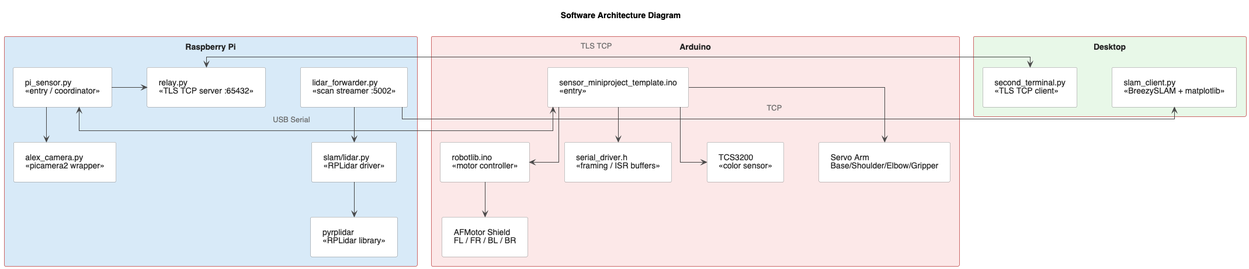
Earlier version of the PlantUML export code1/diagrams/Software_Architecture_Diagram.png (vanillashake17/epp2-updated).
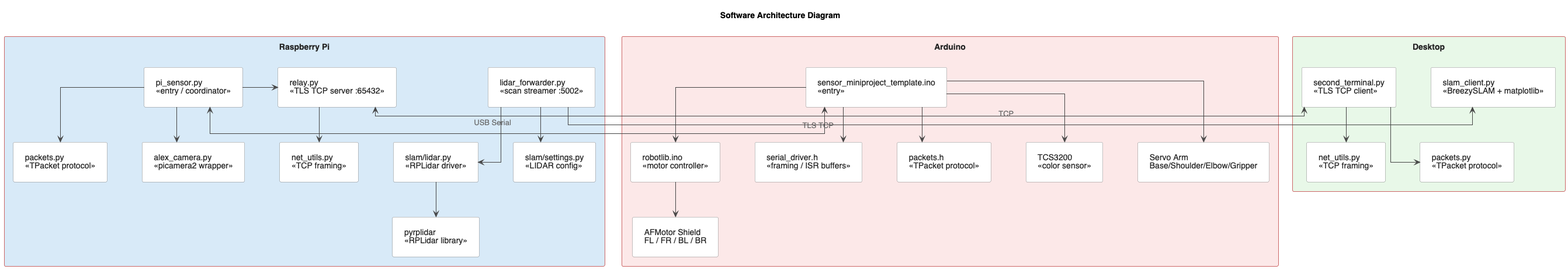
The same file after the commit.

Commit message:
Update software architecture UML to include packets.h/py files

What changed in the source:
```diff
@@ -27,12 +27,14 @@
   component "sensor_miniproject_template.ino\n«entry»" as alex
   component "robotlib.ino\n«motor controller»" as robotlib
   component "serial_driver.h\n«framing / ISR buffers»" as serial_drv
+  component "packets.h\n«TPacket protocol»" as packets_h
   component "TCS3200\n«color sensor»" as tcs
   component "Servo Arm\nBase/Shoulder/Elbow/Gripper" as servo
   component "AFMotor Shield\nFL / FR / BL / BR" as motors
 
   alex -down-> robotlib
   alex -down-> serial_drv
+  alex -down-> packets_h
   alex -down-> tcs
   alex -down-> servo
   robotlib -down-> motors
@@ -40,21 +42,32 @@
 
 rectangle "Raspberry Pi" as pi_box #d8eaf8 {
   component "pi_sensor.py\n«entry / coordinator»" as pi_sensor
+  component "packets.py\n«TPacket protocol»" as packets_py
   component "alex_camera.py\n«picamera2 wrapper»" as alex_camera
   component "relay.py\n«TLS TCP server :65432»" as relay
+  component "net_utils.py\n«TCP framing»" as net_utils
   component "lidar_forwarder.py\n«scan streamer :5002»" as lidar_fwd
   component "slam/lidar.py\n«RPLidar driver»" as lidar_drv
+  component "slam/settings.py\n«LIDAR config»" as settings
   component "pyrplidar\n«RPLidar library»" as pyrplidar
 
+  pi_sensor -down-> packets_py
   pi_sensor -down-> alex_camera
   pi_sensor -right-> relay
+  relay -down-> net_utils
   lidar_fwd -down-> lidar_drv
+  lidar_fwd -down-> settings
   lidar_drv -down-> pyrplidar
 }
 
 rectangle "Desktop" as desktop_box #e8f8e8 {
   component "second_terminal.py\n«TLS TCP client»" as second_term
+  component "net_utils.py\n«TCP framing»" as net_utils_dt
+  component "packets.py\n«TPacket protocol»" as packets_dt
   component "slam_client.py\n«BreezySLAM + matplotlib»" as slam_client
+
+  second_term -down-> net_utils_dt
+  second_term -down-> packets_dt
 }
 
 alex <-right-> pi_sensor : USB Serial
```
